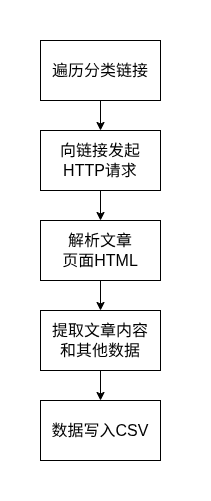
Earlier version of the draw.io export static/pic/flowchart/getarticle.drawio.png (hongch666/mix-web-demo). Source tidied: cells renumbered, new cells last; positions are measured from the earlier drawing's top-left corner, leaving out a move shared by most shapes.
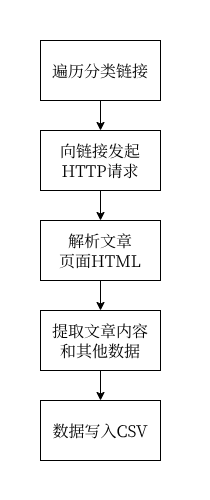
The same file after the commit.

The edit, as a diff of the source:
```diff
@@ -2,43 +2,43 @@
   <root>
     <mxCell id="0" />
     <mxCell id="1" parent="0" />
-    <mxCell id="2" style="edgeStyle=none;html=1;exitX=0.5;exitY=1;exitDx=0;exitDy=0;entryX=0.5;entryY=0;entryDx=0;entryDy=0;" parent="1" edge="1" source="3" target="5">
+    <mxCell id="2" style="edgeStyle=none;html=1;exitX=0.5;exitY=1;exitDx=0;exitDy=0;entryX=0.5;entryY=0;entryDx=0;entryDy=0;fontFamily=宋体;" parent="1" edge="1" source="3" target="5">
       <mxGeometry relative="1" as="geometry" />
     </mxCell>
-    <mxCell id="3" value="遍历分类链接" style="rounded=0;whiteSpace=wrap;html=1;fontSize=16;" parent="1" vertex="1">
+    <mxCell id="3" value="遍历分类链接" style="rounded=0;whiteSpace=wrap;html=1;fontSize=16;fontFamily=宋体;" parent="1" vertex="1">
       <mxGeometry x="40" y="40" width="120" height="60" as="geometry" />
     </mxCell>
-    <mxCell id="4" style="edgeStyle=none;html=1;exitX=0.5;exitY=1;exitDx=0;exitDy=0;entryX=0.5;entryY=0;entryDx=0;entryDy=0;" parent="1" edge="1" source="5" target="7">
+    <mxCell id="4" style="edgeStyle=none;html=1;exitX=0.5;exitY=1;exitDx=0;exitDy=0;entryX=0.5;entryY=0;entryDx=0;entryDy=0;fontFamily=宋体;" parent="1" edge="1" source="5" target="7">
       <mxGeometry relative="1" as="geometry" />
     </mxCell>
-    <mxCell id="5" value="向链接发起&lt;br&gt;HTTP请求" style="rounded=0;whiteSpace=wrap;html=1;fontSize=16;" parent="1" vertex="1">
+    <mxCell id="5" value="向链接发起&lt;br&gt;HTTP请求" style="rounded=0;whiteSpace=wrap;html=1;fontSize=16;fontFamily=宋体;" parent="1" vertex="1">
       <mxGeometry x="40" y="130" width="120" height="60" as="geometry" />
     </mxCell>
-    <mxCell id="6" style="edgeStyle=none;html=1;exitX=0.5;exitY=1;exitDx=0;exitDy=0;entryX=0.5;entryY=0;entryDx=0;entryDy=0;" parent="1" edge="1" source="7" target="9">
+    <mxCell id="6" style="edgeStyle=none;html=1;exitX=0.5;exitY=1;exitDx=0;exitDy=0;entryX=0.5;entryY=0;entryDx=0;entryDy=0;fontFamily=宋体;" parent="1" edge="1" source="7" target="9">
       <mxGeometry relative="1" as="geometry" />
     </mxCell>
-    <mxCell id="7" value="解析文章&lt;br&gt;页面HTML" style="rounded=0;whiteSpace=wrap;html=1;fontSize=16;" parent="1" vertex="1">
+    <mxCell id="7" value="解析文章&lt;br&gt;页面HTML" style="rounded=0;whiteSpace=wrap;html=1;fontSize=16;fontFamily=宋体;" parent="1" vertex="1">
       <mxGeometry x="40" y="220" width="120" height="60" as="geometry" />
     </mxCell>
-    <mxCell id="8" style="edgeStyle=none;html=1;exitX=0.5;exitY=1;exitDx=0;exitDy=0;entryX=0.5;entryY=0;entryDx=0;entryDy=0;" parent="1" edge="1" source="9" target="10">
+    <mxCell id="8" style="edgeStyle=none;html=1;exitX=0.5;exitY=1;exitDx=0;exitDy=0;entryX=0.5;entryY=0;entryDx=0;entryDy=0;fontFamily=宋体;" parent="1" edge="1" source="9" target="10">
       <mxGeometry relative="1" as="geometry" />
     </mxCell>
-    <mxCell id="9" value="提取文章内容&lt;br&gt;和其他数据" style="rounded=0;whiteSpace=wrap;html=1;fontSize=16;" parent="1" vertex="1">
+    <mxCell id="9" value="提取文章内容&lt;br&gt;和其他数据" style="rounded=0;whiteSpace=wrap;html=1;fontSize=16;fontFamily=宋体;" parent="1" vertex="1">
       <mxGeometry x="40" y="310" width="120" height="60" as="geometry" />
     </mxCell>
-    <mxCell id="10" value="数据写入CSV" style="rounded=0;whiteSpace=wrap;html=1;fontSize=16;" parent="1" vertex="1">
+    <mxCell id="10" value="数据写入CSV" style="rounded=0;whiteSpace=wrap;html=1;fontSize=16;fontFamily=宋体;" parent="1" vertex="1">
       <mxGeometry x="40" y="400" width="120" height="60" as="geometry" />
     </mxCell>
-    <mxCell id="11" style="rounded=0;whiteSpace=wrap;html=1;textOpacity=0;labelBorderColor=light-dark(#000000,#FFFFFF);fontColor=none;noLabel=1;strokeColor=none;" parent="1" vertex="1">
+    <mxCell id="11" style="rounded=0;whiteSpace=wrap;html=1;textOpacity=0;labelBorderColor=light-dark(#000000,#FFFFFF);fontColor=none;noLabel=1;strokeColor=none;fontFamily=宋体;" parent="1" vertex="1">
       <mxGeometry x="200" y="260" width="10" height="30" as="geometry" />
     </mxCell>
-    <mxCell id="12" style="rounded=0;whiteSpace=wrap;html=1;textOpacity=0;labelBorderColor=light-dark(#000000,#FFFFFF);fontColor=none;noLabel=1;strokeColor=none;" parent="1" vertex="1">
+    <mxCell id="12" style="rounded=0;whiteSpace=wrap;html=1;textOpacity=0;labelBorderColor=light-dark(#000000,#FFFFFF);fontColor=none;noLabel=1;strokeColor=none;fontFamily=宋体;" parent="1" vertex="1">
       <mxGeometry y="250" width="10" height="30" as="geometry" />
     </mxCell>
-    <mxCell id="13" style="rounded=0;whiteSpace=wrap;html=1;textOpacity=0;labelBorderColor=light-dark(#000000,#FFFFFF);fontColor=none;noLabel=1;strokeColor=none;" parent="1" vertex="1">
+    <mxCell id="13" style="rounded=0;whiteSpace=wrap;html=1;textOpacity=0;labelBorderColor=light-dark(#000000,#FFFFFF);fontColor=none;noLabel=1;strokeColor=none;fontFamily=宋体;" parent="1" vertex="1">
       <mxGeometry x="95" y="470" width="10" height="30" as="geometry" />
     </mxCell>
-    <mxCell id="14" style="rounded=0;whiteSpace=wrap;html=1;textOpacity=0;labelBorderColor=light-dark(#000000,#FFFFFF);fontColor=none;noLabel=1;strokeColor=none;" parent="1" vertex="1">
+    <mxCell id="14" style="rounded=0;whiteSpace=wrap;html=1;textOpacity=0;labelBorderColor=light-dark(#000000,#FFFFFF);fontColor=none;noLabel=1;strokeColor=none;fontFamily=宋体;" parent="1" vertex="1">
       <mxGeometry x="95" width="10" height="30" as="geometry" />
     </mxCell>
   </root>
```
